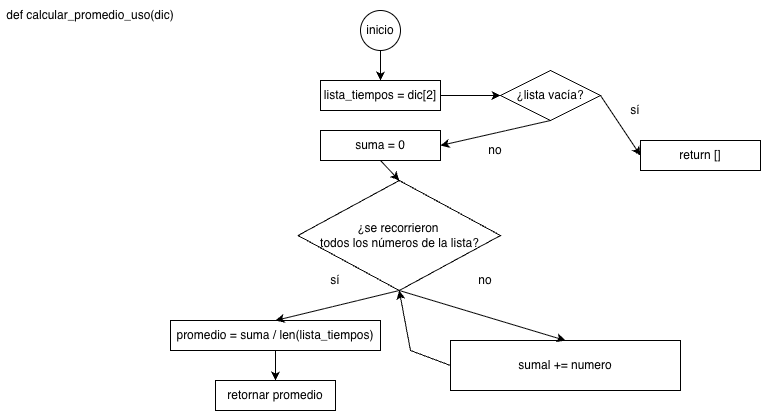
Above: diagramas:/funcion_calcular_promedio_uso.drawio.png in victoria-fagalde/Repositorio_Proyecto_Colaborativo (draw.io), before the change. Source tidied: cells renumbered, new cells last; positions are measured from the earlier drawing's top-left corner, leaving out a move shared by most shapes. The source it was exported from:
```xml
<mxGraphModel>
  <root>
    <mxCell id="0" />
    <mxCell id="1" parent="0" />
    <mxCell id="2" value="inicio" style="ellipse;whiteSpace=wrap;html=1;" parent="1" vertex="1">
      <mxGeometry x="360" y="10" width="40" height="40" as="geometry" />
    </mxCell>
    <mxCell id="3" value="lista_tiempos = dic[2]" style="rounded=0;whiteSpace=wrap;html=1;" parent="1" vertex="1">
      <mxGeometry x="320" y="80" width="120" height="30" as="geometry" />
    </mxCell>
    <mxCell id="4" value="suma = 0" style="rounded=0;whiteSpace=wrap;html=1;" parent="1" vertex="1">
      <mxGeometry x="320" y="130" width="120" height="30" as="geometry" />
    </mxCell>
    <mxCell id="5" value="¿lista vacía?" style="rhombus;whiteSpace=wrap;html=1;" parent="1" vertex="1">
      <mxGeometry x="500" y="70" width="100" height="50" as="geometry" />
    </mxCell>
    <mxCell id="6" style="edgeStyle=orthogonalEdgeStyle;rounded=0;orthogonalLoop=1;jettySize=auto;html=1;exitX=0.5;exitY=1;exitDx=0;exitDy=0;" parent="1" edge="1" source="5" target="5">
      <mxGeometry relative="1" as="geometry" />
    </mxCell>
    <mxCell id="7" value="¿se recorrieron&amp;nbsp;&lt;div&gt;todos los números de la lista?&lt;/div&gt;" style="rhombus;whiteSpace=wrap;html=1;" parent="1" vertex="1">
      <mxGeometry x="297.5" y="180" width="202.5" height="110" as="geometry" />
    </mxCell>
    <mxCell id="8" value="promedio = suma / len(lista_tiempos)" style="rounded=0;whiteSpace=wrap;html=1;" parent="1" vertex="1">
      <mxGeometry x="170" y="320" width="210" height="30" as="geometry" />
    </mxCell>
    <mxCell id="9" value="sumal += numero" style="rounded=0;whiteSpace=wrap;html=1;" parent="1" vertex="1">
      <mxGeometry x="450" y="340" width="230" height="50" as="geometry" />
    </mxCell>
    <mxCell id="10" value="return []" style="rounded=0;whiteSpace=wrap;html=1;" parent="1" vertex="1">
      <mxGeometry x="640" y="140" width="120" height="30" as="geometry" />
    </mxCell>
    <mxCell id="11" style="endArrow=classic;html=1;rounded=0;exitX=0.5;exitY=1;exitDx=0;exitDy=0;entryX=0.5;entryY=0;entryDx=0;entryDy=0;" parent="1" edge="1" source="2" target="3">
      <mxGeometry relative="1" as="geometry" />
    </mxCell>
    <mxCell id="12" style="endArrow=classic;html=1;rounded=0;exitX=1;exitY=0.5;exitDx=0;exitDy=0;entryX=0;entryY=0.5;entryDx=0;entryDy=0;" parent="1" edge="1" source="3" target="5">
      <mxGeometry relative="1" as="geometry" />
    </mxCell>
    <mxCell id="13" style="endArrow=classic;html=1;rounded=0;exitX=1;exitY=0.5;exitDx=0;exitDy=0;entryX=0;entryY=0.5;entryDx=0;entryDy=0;" parent="1" edge="1" source="5" target="10">
      <mxGeometry relative="1" as="geometry" />
    </mxCell>
    <mxCell id="14" style="endArrow=classic;html=1;rounded=0;exitX=0.5;exitY=1;exitDx=0;exitDy=0;entryX=1;entryY=0.5;entryDx=0;entryDy=0;" parent="1" edge="1" source="5" target="4">
      <mxGeometry relative="1" as="geometry" />
    </mxCell>
    <mxCell id="15" style="endArrow=classic;html=1;rounded=0;entryX=0.5;entryY=0;entryDx=0;entryDy=0;exitX=0.5;exitY=1;exitDx=0;exitDy=0;" parent="1" edge="1" source="7" target="9">
      <mxGeometry relative="1" as="geometry" />
    </mxCell>
    <mxCell id="16" style="endArrow=classic;html=1;rounded=0;entryX=0.5;entryY=0;entryDx=0;entryDy=0;exitX=0.5;exitY=1;exitDx=0;exitDy=0;" parent="1" edge="1" source="7" target="8">
      <mxGeometry relative="1" as="geometry" />
    </mxCell>
    <mxCell id="17" value="sí" style="rounded=0;whiteSpace=wrap;html=1;strokeColor=none;" parent="1" vertex="1">
      <mxGeometry x="620" y="100" width="30" height="20" as="geometry" />
    </mxCell>
    <mxCell id="18" value="no" style="rounded=0;whiteSpace=wrap;html=1;strokeColor=none;" parent="1" vertex="1">
      <mxGeometry x="480" y="140" width="30" height="20" as="geometry" />
    </mxCell>
    <mxCell id="19" value="sí" style="rounded=0;whiteSpace=wrap;html=1;strokeColor=none;" parent="1" vertex="1">
      <mxGeometry x="320" y="270" width="30" height="20" as="geometry" />
    </mxCell>
    <mxCell id="20" value="no" style="rounded=0;whiteSpace=wrap;html=1;strokeColor=none;" parent="1" vertex="1">
      <mxGeometry x="470" y="270" width="30" height="20" as="geometry" />
    </mxCell>
    <mxCell id="21" style="endArrow=classic;html=1;rounded=0;entryX=0.5;entryY=1;entryDx=0;entryDy=0;exitX=0;exitY=0.5;exitDx=0;exitDy=0;" parent="1" edge="1" source="9" target="7">
      <mxGeometry relative="1" as="geometry">
        <Array as="points">
          <mxPoint x="410" y="350" />
        </Array>
      </mxGeometry>
    </mxCell>
    <mxCell id="22" style="endArrow=classic;html=1;rounded=0;exitX=0.5;exitY=1;exitDx=0;exitDy=0;entryX=0.5;entryY=0;entryDx=0;entryDy=0;" parent="1" edge="1" source="4" target="7">
      <mxGeometry relative="1" as="geometry" />
    </mxCell>
    <mxCell id="23" value="def calcular_promedio_uso(dic)" style="rounded=0;whiteSpace=wrap;html=1;strokeColor=none;" parent="1" vertex="1">
      <mxGeometry width="180" height="30" as="geometry" />
    </mxCell>
    <mxCell id="24" value="retornar promedio" style="rounded=0;whiteSpace=wrap;html=1;" parent="1" vertex="1">
      <mxGeometry x="215" y="380" width="120" height="30" as="geometry" />
    </mxCell>
    <mxCell id="25" style="endArrow=classic;html=1;rounded=0;exitX=0.5;exitY=1;exitDx=0;exitDy=0;entryX=0.5;entryY=0;entryDx=0;entryDy=0;" parent="1" edge="1" source="8" target="24">
      <mxGeometry relative="1" as="geometry" />
    </mxCell>
  </root>
</mxGraphModel>
```
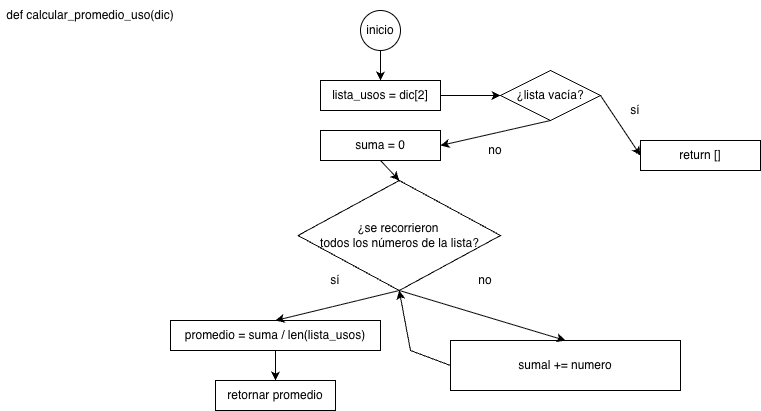
Later version of the same file.

Commit message:
cambie los diagramas

The edit, as a diff of the source:
```diff
@@ -5,7 +5,7 @@
     <mxCell id="2" value="inicio" style="ellipse;whiteSpace=wrap;html=1;" parent="1" vertex="1">
       <mxGeometry x="360" y="10" width="40" height="40" as="geometry" />
     </mxCell>
-    <mxCell id="3" value="lista_tiempos = dic[2]" style="rounded=0;whiteSpace=wrap;html=1;" parent="1" vertex="1">
+    <mxCell id="3" value="lista_usos = dic[2]" style="rounded=0;whiteSpace=wrap;html=1;" parent="1" vertex="1">
       <mxGeometry x="320" y="80" width="120" height="30" as="geometry" />
     </mxCell>
     <mxCell id="4" value="suma = 0" style="rounded=0;whiteSpace=wrap;html=1;" parent="1" vertex="1">
@@ -20,7 +20,7 @@
     <mxCell id="7" value="¿se recorrieron&amp;nbsp;&lt;div&gt;todos los números de la lista?&lt;/div&gt;" style="rhombus;whiteSpace=wrap;html=1;" parent="1" vertex="1">
       <mxGeometry x="297.5" y="180" width="202.5" height="110" as="geometry" />
     </mxCell>
-    <mxCell id="8" value="promedio = suma / len(lista_tiempos)" style="rounded=0;whiteSpace=wrap;html=1;" parent="1" vertex="1">
+    <mxCell id="8" value="promedio = suma / len(lista_usos)" style="rounded=0;whiteSpace=wrap;html=1;" parent="1" vertex="1">
       <mxGeometry x="170" y="320" width="210" height="30" as="geometry" />
     </mxCell>
     <mxCell id="9" value="sumal += numero" style="rounded=0;whiteSpace=wrap;html=1;" parent="1" vertex="1">
```
